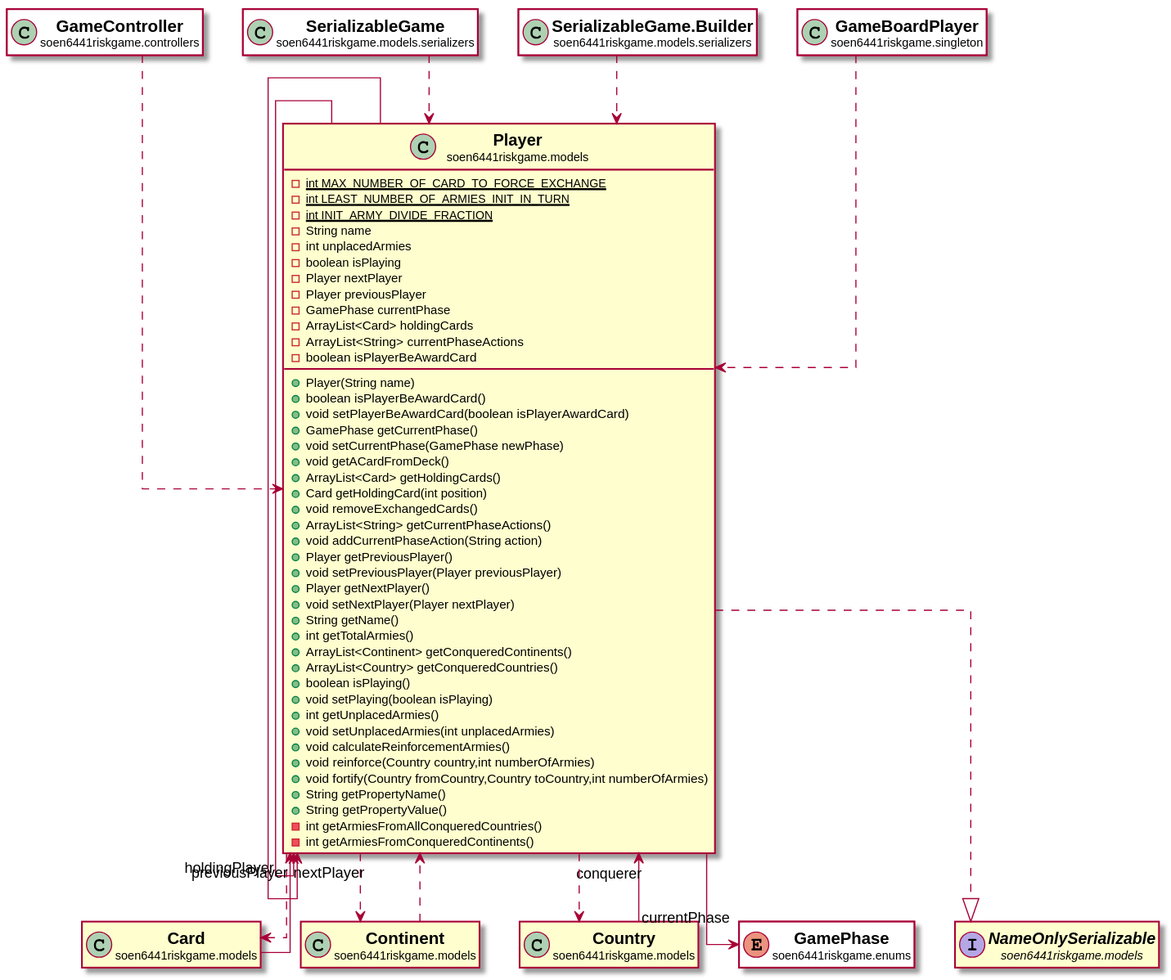
Above: docs/javadocs/soen6441riskgame/models/Player.svg in huntertran/soen6441-riskgame (PlantUML), before the change. Source of this version:
```plantuml
@startuml

skinparam svgLinkTarget _parent
skinparam linetype ortho
set namespaceSeparator none
class "<b><size:14>Player</b>\n<size:10>soen6441riskgame.models" as soen6441riskgame.models.Player  [[../../soen6441riskgame/models/Player.html{soen6441riskgame.models.Player}]] {
{static} -int MAX_NUMBER_OF_CARD_TO_FORCE_EXCHANGE
{static} -int LEAST_NUMBER_OF_ARMIES_INIT_IN_TURN
{static} -int INIT_ARMY_DIVIDE_FRACTION
-String name
-int unplacedArmies
-boolean isPlaying
-Player nextPlayer
-Player previousPlayer
-GamePhase currentPhase
-ArrayList<Card> holdingCards
-ArrayList<String> currentPhaseActions
-boolean isPlayerBeAwardCard
+Player(String name)
+boolean isPlayerBeAwardCard()
+void setPlayerBeAwardCard(boolean isPlayerAwardCard)
+GamePhase getCurrentPhase()
+void setCurrentPhase(GamePhase newPhase)
+void getACardFromDeck()
+ArrayList<Card> getHoldingCards()
+Card getHoldingCard(int position)
+void removeExchangedCards()
+ArrayList<String> getCurrentPhaseActions()
+void addCurrentPhaseAction(String action)
+Player getPreviousPlayer()
+void setPreviousPlayer(Player previousPlayer)
+Player getNextPlayer()
+void setNextPlayer(Player nextPlayer)
+String getName()
+int getTotalArmies()
+ArrayList<Continent> getConqueredContinents()
+ArrayList<Country> getConqueredCountries()
+boolean isPlaying()
+void setPlaying(boolean isPlaying)
+int getUnplacedArmies()
+void setUnplacedArmies(int unplacedArmies)
+void calculateReinforcementArmies()
+void reinforce(Country country,int numberOfArmies)
+void fortify(Country fromCountry,Country toCountry,int numberOfArmies)
+String getPropertyName()
+String getPropertyValue()
-int getArmiesFromAllConqueredCountries()
-int getArmiesFromConqueredContinents()
}


class "<b><size:14>GameController</b>\n<size:10>soen6441riskgame.controllers" as soen6441riskgame.controllers.GameController  [[../../soen6441riskgame/controllers/GameController.html{soen6441riskgame.controllers.GameController}]] #white {
}

hide soen6441riskgame.controllers.GameController fields
hide soen6441riskgame.controllers.GameController methods

soen6441riskgame.controllers.GameController ..> soen6441riskgame.models.Player

class "<b><size:14>Card</b>\n<size:10>soen6441riskgame.models" as soen6441riskgame.models.Card  [[../../soen6441riskgame/models/Card.html{soen6441riskgame.models.Card}]] {
}

hide soen6441riskgame.models.Card fields
hide soen6441riskgame.models.Card methods

soen6441riskgame.models.Card -->  "holdingPlayer" soen6441riskgame.models.Player

class "<b><size:14>Continent</b>\n<size:10>soen6441riskgame.models" as soen6441riskgame.models.Continent  [[../../soen6441riskgame/models/Continent.html{soen6441riskgame.models.Continent}]] {
}

hide soen6441riskgame.models.Continent fields
hide soen6441riskgame.models.Continent methods

soen6441riskgame.models.Continent ..> soen6441riskgame.models.Player

class "<b><size:14>Country</b>\n<size:10>soen6441riskgame.models" as soen6441riskgame.models.Country  [[../../soen6441riskgame/models/Country.html{soen6441riskgame.models.Country}]] {
}

hide soen6441riskgame.models.Country fields
hide soen6441riskgame.models.Country methods

soen6441riskgame.models.Country -->  "conquerer" soen6441riskgame.models.Player

soen6441riskgame.models.Player -->  "nextPlayer" soen6441riskgame.models.Player

soen6441riskgame.models.Player -->  "previousPlayer" soen6441riskgame.models.Player

enum "<b><size:14>GamePhase</b>\n<size:10>soen6441riskgame.enums" as soen6441riskgame.enums.GamePhase  [[../../soen6441riskgame/enums/GamePhase.html{soen6441riskgame.enums.GamePhase}]] #white {
}

hide soen6441riskgame.enums.GamePhase fields
hide soen6441riskgame.enums.GamePhase methods

soen6441riskgame.models.Player -->  "currentPhase" soen6441riskgame.enums.GamePhase


soen6441riskgame.models.Player ..> soen6441riskgame.models.Card



interface "<b><size:14>NameOnlySerializable</b>\n<size:10>soen6441riskgame.models" as soen6441riskgame.models.NameOnlySerializable  [[../../soen6441riskgame/models/NameOnlySerializable.html{soen6441riskgame.models.NameOnlySerializable}]] {
}

hide soen6441riskgame.models.NameOnlySerializable fields
hide soen6441riskgame.models.NameOnlySerializable methods

soen6441riskgame.models.Player ..|> soen6441riskgame.models.NameOnlySerializable


soen6441riskgame.models.Player ..> soen6441riskgame.models.Continent


soen6441riskgame.models.Player ..> soen6441riskgame.models.Country

class "<b><size:14>SerializableGame</b>\n<size:10>soen6441riskgame.models.serializers" as soen6441riskgame.models.serializers.SerializableGame  [[../../soen6441riskgame/models/serializers/SerializableGame.html{soen6441riskgame.models.serializers.SerializableGame}]] #white {
}

hide soen6441riskgame.models.serializers.SerializableGame fields
hide soen6441riskgame.models.serializers.SerializableGame methods

soen6441riskgame.models.serializers.SerializableGame ..> soen6441riskgame.models.Player

class "<b><size:14>SerializableGame.Builder</b>\n<size:10>soen6441riskgame.models.serializers" as soen6441riskgame.models.serializers.SerializableGame.Builder  [[../../soen6441riskgame/models/serializers/SerializableGame.Builder.html{soen6441riskgame.models.serializers.SerializableGame.Builder}]] #white {
}

hide soen6441riskgame.models.serializers.SerializableGame.Builder fields
hide soen6441riskgame.models.serializers.SerializableGame.Builder methods

soen6441riskgame.models.serializers.SerializableGame.Builder ..> soen6441riskgame.models.Player

class "<b><size:14>GameBoardPlayer</b>\n<size:10>soen6441riskgame.singleton" as soen6441riskgame.singleton.GameBoardPlayer  [[../../soen6441riskgame/singleton/GameBoardPlayer.html{soen6441riskgame.singleton.GameBoardPlayer}]] #white {
}

hide soen6441riskgame.singleton.GameBoardPlayer fields
hide soen6441riskgame.singleton.GameBoardPlayer methods

soen6441riskgame.singleton.GameBoardPlayer ..> soen6441riskgame.models.Player


@enduml
```
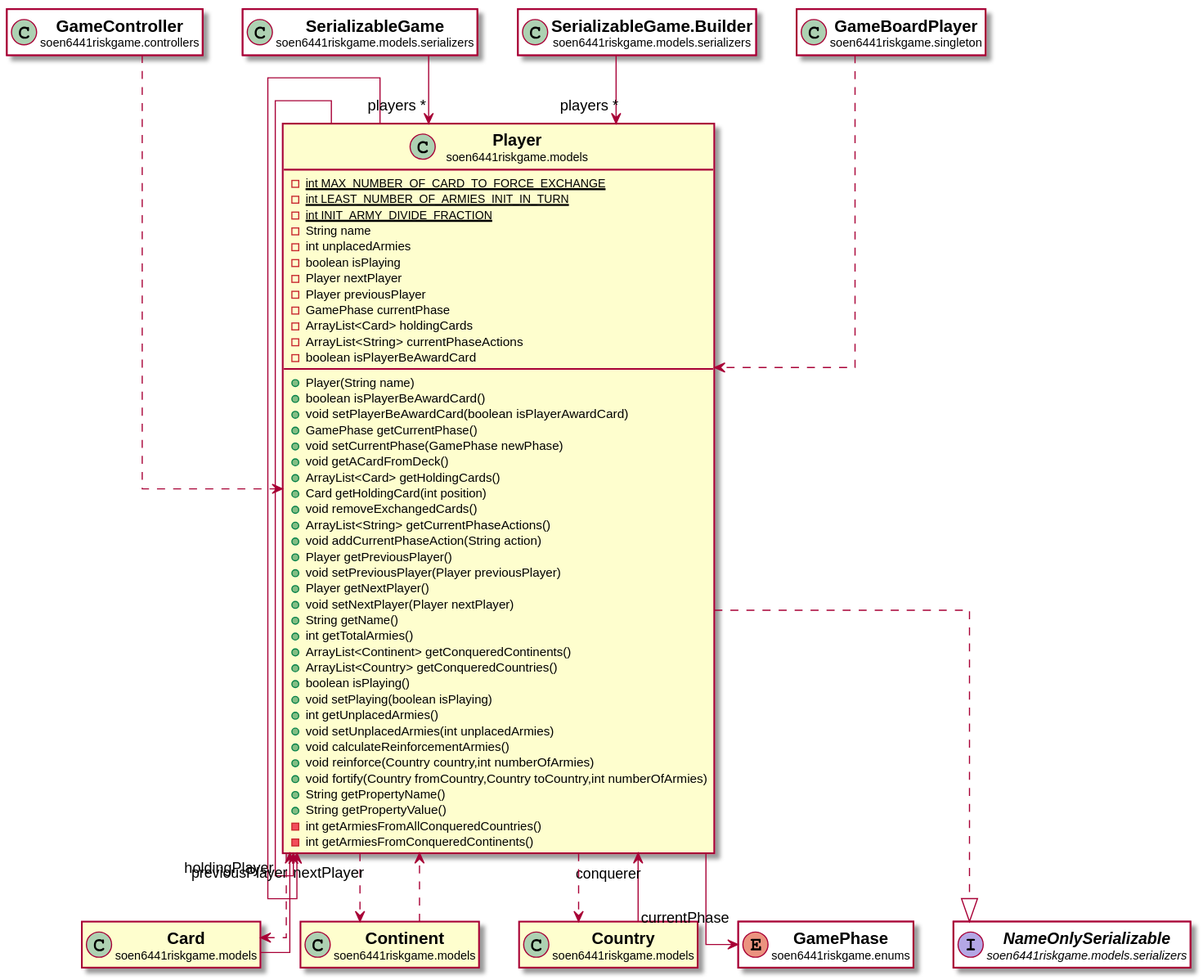
The same diagram one commit later.

Change to the diagram source:
```diff
@@ -98,13 +98,13 @@
 
 
 
-interface "<b><size:14>NameOnlySerializable</b>\n<size:10>soen6441riskgame.models" as soen6441riskgame.models.NameOnlySerializable  [[../../soen6441riskgame/models/NameOnlySerializable.html{soen6441riskgame.models.NameOnlySerializable}]] {
+interface "<b><size:14>NameOnlySerializable</b>\n<size:10>soen6441riskgame.models.serializers" as soen6441riskgame.models.serializers.NameOnlySerializable  [[../../soen6441riskgame/models/serializers/NameOnlySerializable.html{soen6441riskgame.models.serializers.NameOnlySerializable}]] #white {
 }
 
-hide soen6441riskgame.models.NameOnlySerializable fields
-hide soen6441riskgame.models.NameOnlySerializable methods
+hide soen6441riskgame.models.serializers.NameOnlySerializable fields
+hide soen6441riskgame.models.serializers.NameOnlySerializable methods
 
-soen6441riskgame.models.Player ..|> soen6441riskgame.models.NameOnlySerializable
+soen6441riskgame.models.Player ..|> soen6441riskgame.models.serializers.NameOnlySerializable
 
 
 soen6441riskgame.models.Player ..> soen6441riskgame.models.Continent
@@ -118,7 +118,7 @@
 hide soen6441riskgame.models.serializers.SerializableGame fields
 hide soen6441riskgame.models.serializers.SerializableGame methods
 
-soen6441riskgame.models.serializers.SerializableGame ..> soen6441riskgame.models.Player
+soen6441riskgame.models.serializers.SerializableGame -->  "players *" soen6441riskgame.models.Player
 
 class "<b><size:14>SerializableGame.Builder</b>\n<size:10>soen6441riskgame.models.serializers" as soen6441riskgame.models.serializers.SerializableGame.Builder  [[../../soen6441riskgame/models/serializers/SerializableGame.Builder.html{soen6441riskgame.models.serializers.SerializableGame.Builder}]] #white {
 }
@@ -126,7 +126,7 @@
 hide soen6441riskgame.models.serializers.SerializableGame.Builder fields
 hide soen6441riskgame.models.serializers.SerializableGame.Builder methods
 
-soen6441riskgame.models.serializers.SerializableGame.Builder ..> soen6441riskgame.models.Player
+soen6441riskgame.models.serializers.SerializableGame.Builder -->  "players *" soen6441riskgame.models.Player
 
 class "<b><size:14>GameBoardPlayer</b>\n<size:10>soen6441riskgame.singleton" as soen6441riskgame.singleton.GameBoardPlayer  [[../../soen6441riskgame/singleton/GameBoardPlayer.html{soen6441riskgame.singleton.GameBoardPlayer}]] #white {
 }
```
